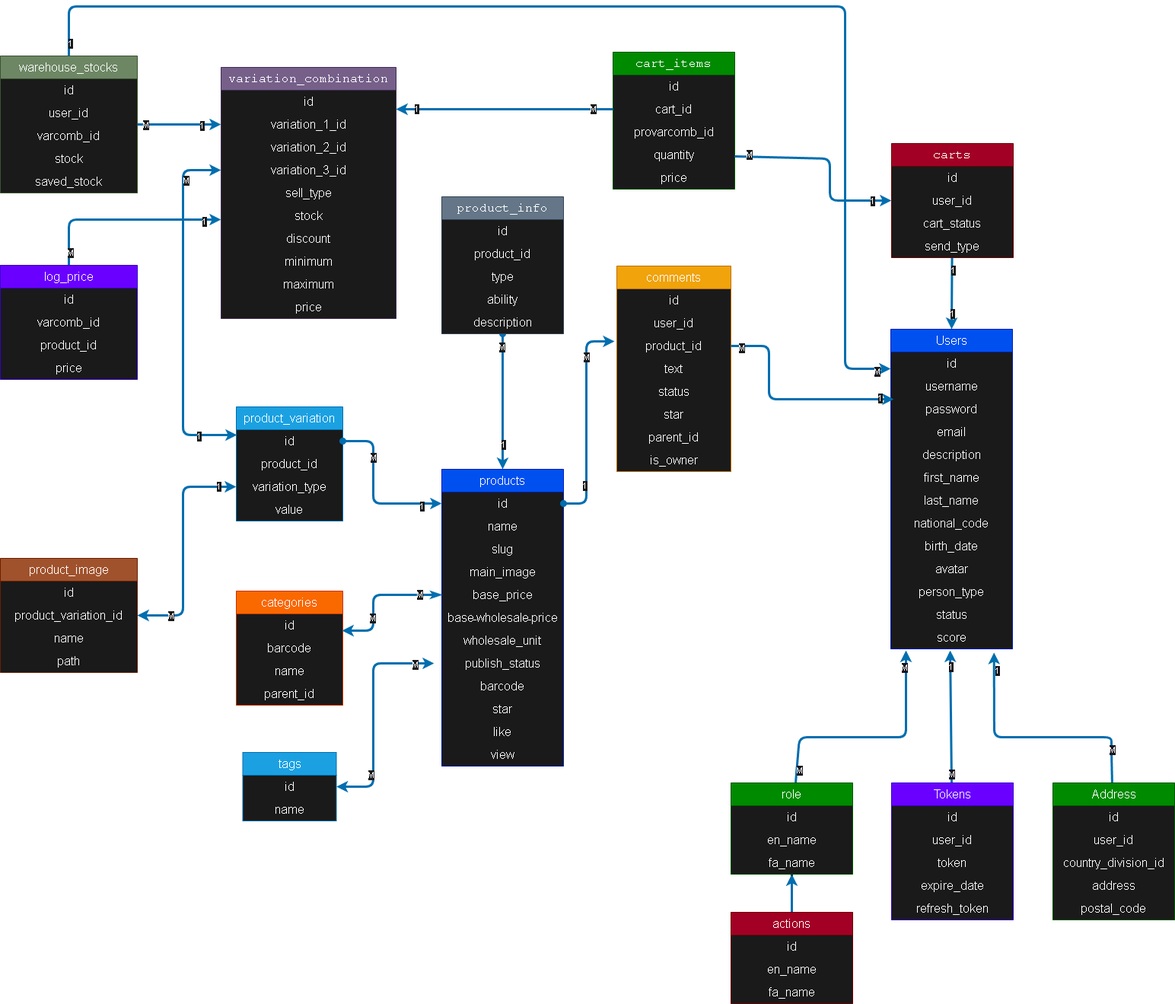
Above: tantak.drawio.png in jafari8001/tantak (draw.io), before the change. Source tidied: cells renumbered, new cells last; positions are measured from the earlier drawing's top-left corner, leaving out a move shared by most shapes.
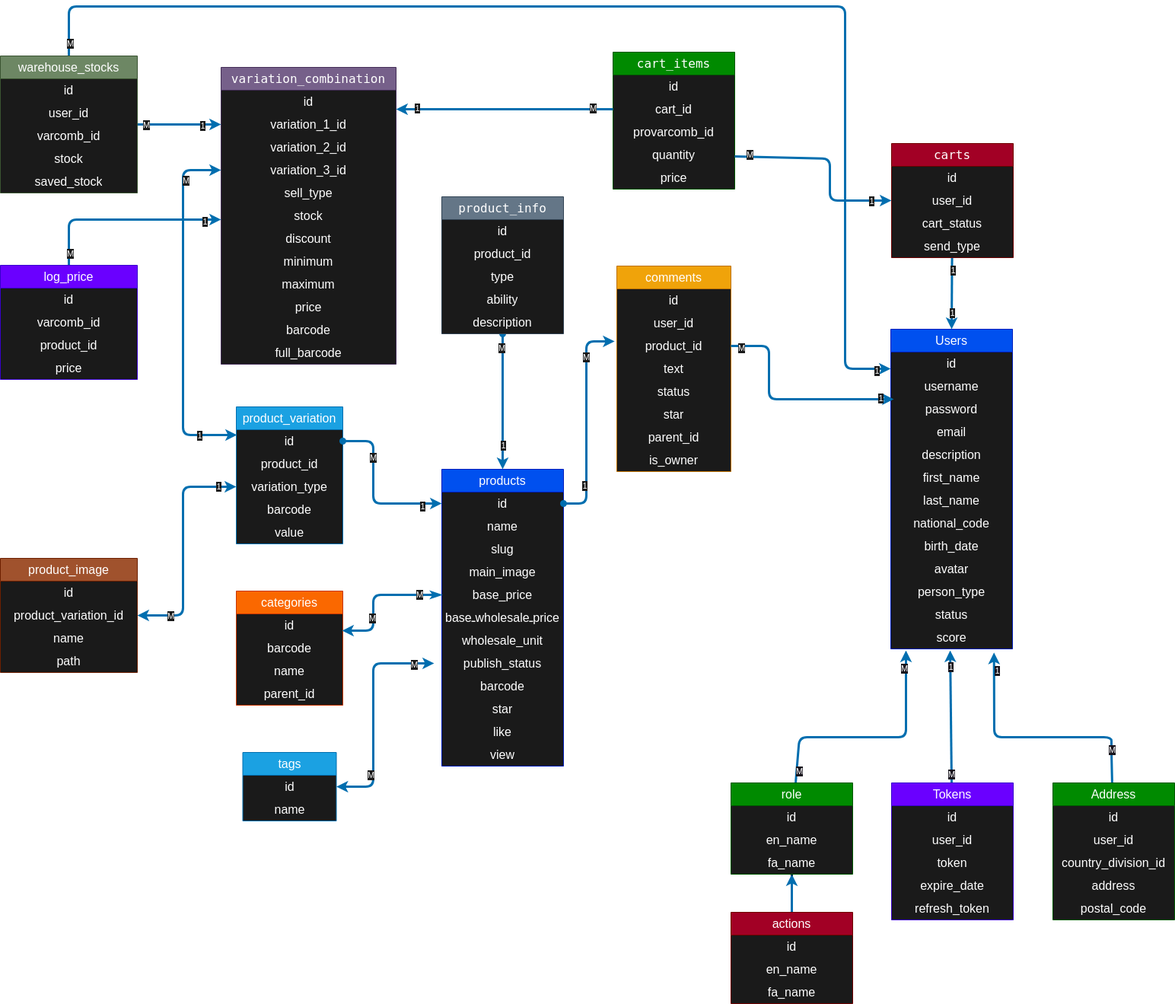
Later version of the same file.

Diff of the diagram source:
```diff
@@ -125,7 +125,7 @@
       <mxGeometry x="0.35" y="-2" relative="1" as="geometry" />
     </mxCell>
     <mxCell id="38" value="product_variation" style="swimlane;fontStyle=0;horizontal=1;startSize=30;whiteSpace=wrap;html=1;fillColor=#1ba1e2;fontColor=#FFFFFF;strokeColor=#006EAF;swimlaneFillColor=#1A1A1A;fontSize=16;align=center;verticalAlign=middle;" parent="1" vertex="1">
-      <mxGeometry x="310" y="526" width="140" height="150" as="geometry" />
+      <mxGeometry x="310" y="526" width="140" height="180" as="geometry" />
     </mxCell>
     <mxCell id="39" value="id" style="text;strokeColor=none;fillColor=none;align=center;verticalAlign=middle;spacingLeft=4;spacingRight=4;overflow=hidden;points=[[0,0.5],[1,0.5]];portConstraint=eastwest;whiteSpace=wrap;html=1;fontColor=#FFFFFF;fontSize=16;horizontal=1;" parent="38" vertex="1">
       <mxGeometry y="30" width="140" height="30" as="geometry" />
@@ -136,8 +136,11 @@
     <mxCell id="41" value="variation_type" style="text;strokeColor=none;fillColor=none;align=center;verticalAlign=middle;spacingLeft=4;spacingRight=4;overflow=hidden;whiteSpace=wrap;html=1;fontColor=#FFFFFF;fontSize=16;horizontal=1;" parent="38" vertex="1">
       <mxGeometry y="90" width="140" height="30" as="geometry" />
     </mxCell>
+    <mxCell id="168" value="barcode" style="text;strokeColor=none;fillColor=none;align=center;verticalAlign=middle;spacingLeft=4;spacingRight=4;overflow=hidden;whiteSpace=wrap;html=1;fontColor=#FFFFFF;fontSize=16;horizontal=1;" parent="38" vertex="1">
+      <mxGeometry y="120" width="140" height="30" as="geometry" />
+    </mxCell>
     <mxCell id="42" value="value" style="text;strokeColor=none;fillColor=none;align=center;verticalAlign=middle;spacingLeft=4;spacingRight=4;overflow=hidden;whiteSpace=wrap;html=1;fontColor=#FFFFFF;fontSize=16;horizontal=1;" parent="38" vertex="1">
-      <mxGeometry y="120" width="140" height="30" as="geometry" />
+      <mxGeometry y="150" width="140" height="30" as="geometry" />
     </mxCell>
     <mxCell id="43" style="edgeStyle=none;html=1;exitX=1;exitY=0.5;exitDx=0;exitDy=0;entryX=0;entryY=0.5;entryDx=0;entryDy=0;strokeWidth=3;startArrow=oval;startFill=1;fillColor=#1ba1e2;strokeColor=#006EAF;fontSize=16;align=center;verticalAlign=middle;horizontal=1;fontColor=#FFFFFF;" parent="1" edge="1" source="39" target="3">
       <mxGeometry relative="1" as="geometry">
@@ -154,7 +157,7 @@
       <mxGeometry x="-0.42" y="-1" relative="1" as="geometry" />
     </mxCell>
     <mxCell id="46" value="&lt;font face=&quot;monospace&quot; style=&quot;font-size: 16px;&quot;&gt;variation_combination&lt;/font&gt;" style="swimlane;fontStyle=0;horizontal=1;startSize=30;whiteSpace=wrap;html=1;fillColor=#76608a;fontColor=#FFFFFF;strokeColor=#432D57;swimlaneFillColor=#1A1A1A;fontSize=16;align=center;verticalAlign=middle;" parent="1" vertex="1">
-      <mxGeometry x="290" y="80" width="230" height="330" as="geometry" />
+      <mxGeometry x="290" y="80" width="230" height="390" as="geometry" />
     </mxCell>
     <mxCell id="47" value="id" style="text;strokeColor=none;fillColor=none;align=center;verticalAlign=middle;spacingLeft=4;spacingRight=4;overflow=hidden;points=[[0,0.5],[1,0.5]];portConstraint=eastwest;whiteSpace=wrap;html=1;fontColor=#FFFFFF;fontSize=16;horizontal=1;" parent="46" vertex="1">
       <mxGeometry y="30" width="230" height="30" as="geometry" />
@@ -186,6 +189,12 @@
     <mxCell id="56" value="&lt;div style=&quot;font-size: 16px;&quot;&gt;&lt;span style=&quot;background-color: initial; font-size: 16px;&quot;&gt;price&lt;/span&gt;&lt;/div&gt;" style="text;strokeColor=none;fillColor=none;align=center;verticalAlign=middle;spacingLeft=4;spacingRight=4;overflow=hidden;whiteSpace=wrap;html=1;fontColor=#FFFFFF;fontSize=16;horizontal=1;" parent="46" vertex="1">
       <mxGeometry y="300" width="230" height="30" as="geometry" />
     </mxCell>
+    <mxCell id="169" value="&lt;div style=&quot;font-size: 16px;&quot;&gt;&lt;span style=&quot;background-color: initial; font-size: 16px;&quot;&gt;barcode&lt;/span&gt;&lt;/div&gt;" style="text;strokeColor=none;fillColor=none;align=center;verticalAlign=middle;spacingLeft=4;spacingRight=4;overflow=hidden;whiteSpace=wrap;html=1;fontColor=#FFFFFF;fontSize=16;horizontal=1;" parent="46" vertex="1">
+      <mxGeometry y="330" width="230" height="30" as="geometry" />
+    </mxCell>
+    <mxCell id="170" value="&lt;div style=&quot;font-size: 16px;&quot;&gt;&lt;span style=&quot;background-color: initial; font-size: 16px;&quot;&gt;full_barcode&lt;/span&gt;&lt;/div&gt;" style="text;strokeColor=none;fillColor=none;align=center;verticalAlign=middle;spacingLeft=4;spacingRight=4;overflow=hidden;whiteSpace=wrap;html=1;fontColor=#FFFFFF;fontSize=16;horizontal=1;" parent="46" vertex="1">
+      <mxGeometry y="360" width="230" height="30" as="geometry" />
+    </mxCell>
     <mxCell id="57" style="edgeStyle=none;html=1;exitX=0;exitY=0.5;exitDx=0;exitDy=0;entryX=0.007;entryY=0.233;entryDx=0;entryDy=0;strokeWidth=3;startArrow=classic;startFill=1;fillColor=#1ba1e2;strokeColor=#006EAF;entryPerimeter=0;fontSize=16;align=center;verticalAlign=middle;horizontal=1;fontColor=#FFFFFF;" parent="1" edge="1" source="50" target="39">
       <mxGeometry relative="1" as="geometry">
         <Array as="points">
@@ -218,10 +227,10 @@
         </Array>
       </mxGeometry>
     </mxCell>
-    <mxCell id="64" value="M" style="edgeLabel;html=1;align=center;verticalAlign=middle;fontColor=#FFFFFF;labelBackgroundColor=#1A1A1A;" parent="63" vertex="1">
+    <mxCell id="64" value="1" style="edgeLabel;html=1;align=center;verticalAlign=middle;fontColor=#FFFFFF;labelBackgroundColor=#1A1A1A;" parent="63" vertex="1">
       <mxGeometry x="0.98" y="-3" relative="1" as="geometry" />
     </mxCell>
-    <mxCell id="65" value="1" style="edgeLabel;html=1;align=center;verticalAlign=middle;fontColor=#FFFFFF;labelBackgroundColor=#1A1A1A;" parent="63" vertex="1">
+    <mxCell id="65" value="M" style="edgeLabel;html=1;align=center;verticalAlign=middle;fontColor=#FFFFFF;labelBackgroundColor=#1A1A1A;" parent="63" vertex="1">
       <mxGeometry x="-0.98" y="-1" relative="1" as="geometry" />
     </mxCell>
     <mxCell id="66" value="&lt;span lang=&quot;en&quot; class=&quot;HwtZe&quot; style=&quot;font-size: 16px;&quot;&gt;warehouse_stocks&lt;/span&gt;" style="swimlane;fontStyle=0;horizontal=1;startSize=30;whiteSpace=wrap;html=1;fillColor=#6d8764;fontColor=#FFFFFF;strokeColor=#3A5431;swimlaneFillColor=#1A1A1A;fontSize=16;align=center;verticalAlign=middle;" parent="1" vertex="1">
```
